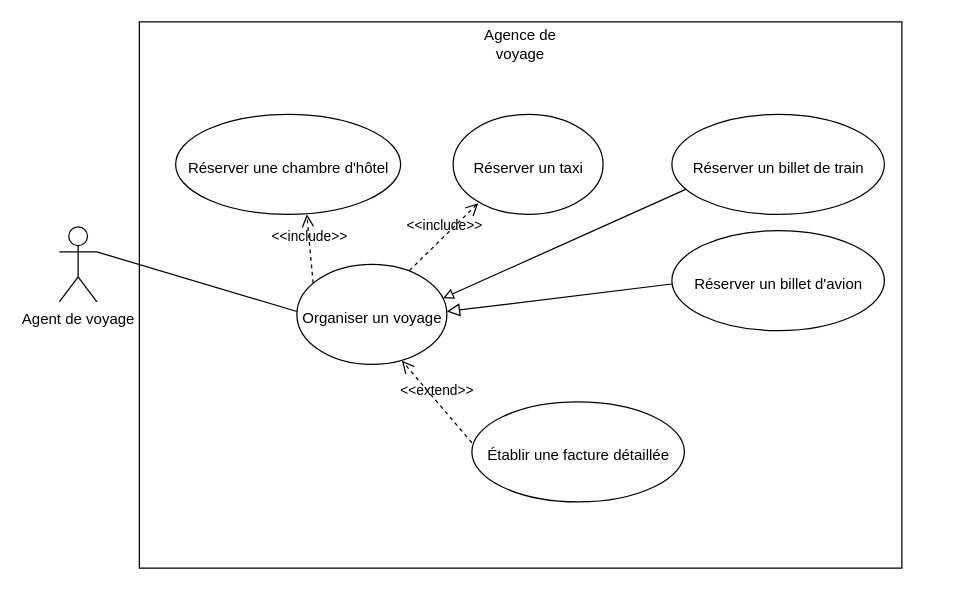
This is agence-voyage.drawio from clairenollet/uml-and-rup, a draw.io file, before an edit. Source tidied: cells renumbered, new cells numbered last; positions are measured from the earlier drawing's top-left corner, leaving out a move shared by most shapes. Both pictures are drawn from the tidied source at 125%, with x=0, y=0 at pixel (59, 21).
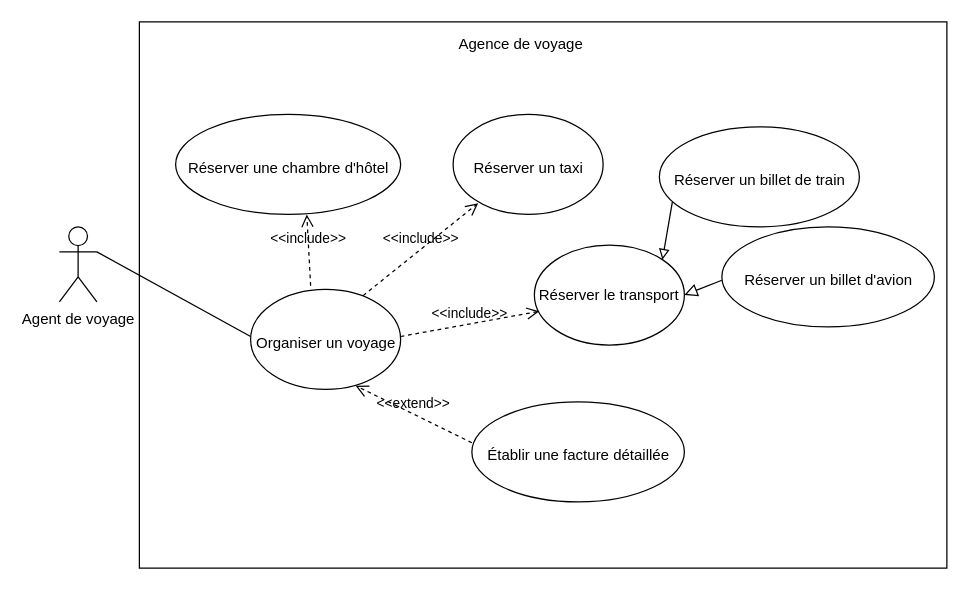
Above is the later version.

Unchanged cells that the change refers to:
```xml
<mxCell id="5" value="Organiser un voyage" style="html=1;strokeColor=none;fillColor=none;align=center;verticalAlign=middle;" parent="4" vertex="1">
  <mxGeometry y="32.7" width="120" height="20" as="geometry" />
</mxCell>
<mxCell id="8" style="shape=ellipse;horizontal=1;html=1;dashed=0;" parent="1" vertex="1">
  <mxGeometry x="93" y="74" width="180" height="80" as="geometry" />
</mxCell>
<mxCell id="16" value="Réserver un billet d'avion" style="html=1;strokeColor=none;fillColor=none;align=center;verticalAlign=middle;" parent="15" vertex="1">
  <mxGeometry y="32.7" width="170" height="20" as="geometry" />
</mxCell>
```

The edit, as a diff of the source:
```diff
@@
     <mxCell id="2" style="rounded=0;whiteSpace=wrap;html=1;" parent="1" vertex="1">
-      <mxGeometry x="64" width="610" height="437" as="geometry" />
+      <mxGeometry x="64" width="646" height="437" as="geometry" />
     </mxCell>
@@
     <mxCell id="4" style="shape=ellipse;horizontal=1;html=1;dashed=0;" parent="1" vertex="1">
-      <mxGeometry x="190" y="194" width="120" height="80" as="geometry" />
+      <mxGeometry x="153" y="214" width="120" height="80" as="geometry" />
     </mxCell>
@@
     <mxCell id="12" style="shape=ellipse;horizontal=1;html=1;dashed=0;" parent="1" vertex="1">
-      <mxGeometry x="490" y="74" width="170" height="80" as="geometry" />
+      <mxGeometry x="480" y="84" width="160" height="80" as="geometry" />
     </mxCell>
     <mxCell id="13" value="Réserver un billet de train" style="html=1;strokeColor=none;fillColor=none;align=center;verticalAlign=middle;" parent="12" vertex="1">
-      <mxGeometry y="32.7" width="170" height="20" as="geometry" />
+      <mxGeometry y="32.7" width="160" height="20" as="geometry" />
     </mxCell>
-    <mxCell id="14" value="&amp;lt;&amp;lt;include&amp;gt;&amp;gt;" style="endArrow=open;startArrow=none;endFill=0;startFill=0;endSize=8;html=1;verticalAlign=bottom;dashed=1;labelBackgroundColor=none;rounded=0;strokeWidth=1;entryX=0.583;entryY=1;entryDx=0;entryDy=0;entryPerimeter=0;" parent="1" edge="1" target="8">
-      <mxGeometry relative="1" as="geometry">
-        <mxPoint x="203" y="209" as="sourcePoint" />
-      </mxGeometry>
+    <mxCell id="14" value="&amp;lt;&amp;lt;include&amp;gt;&amp;gt;" style="endArrow=open;startArrow=none;endFill=0;startFill=0;endSize=8;html=1;verticalAlign=bottom;dashed=1;labelBackgroundColor=none;rounded=0;strokeWidth=1;entryX=0.583;entryY=1;entryDx=0;entryDy=0;entryPerimeter=0;exitX=0.4;exitY=-0.037;exitDx=0;exitDy=0;exitPerimeter=0;" parent="1" edge="1" source="4" target="8">
+      <mxGeometry relative="1" as="geometry" />
     </mxCell>
     <mxCell id="15" style="shape=ellipse;horizontal=1;html=1;dashed=0;" parent="1" vertex="1">
-      <mxGeometry x="490" y="167" width="170" height="80" as="geometry" />
+      <mxGeometry x="530" y="164" width="170" height="80" as="geometry" />
     </mxCell>
@@
-    <mxCell id="17" style="endArrow=block;startArrow=none;endFill=0;startFill=0;endSize=8;html=1;verticalAlign=bottom;labelBackgroundColor=none;strokeWidth=1;rounded=0;entryX=1;entryY=0.25;entryDx=0;entryDy=0;exitX=0;exitY=0.5;exitDx=0;exitDy=0;" parent="1" edge="1" source="16" target="5">
+    <mxCell id="17" style="endArrow=block;startArrow=none;endFill=0;startFill=0;endSize=8;html=1;verticalAlign=bottom;labelBackgroundColor=none;strokeWidth=1;rounded=0;entryX=1;entryY=0.5;entryDx=0;entryDy=0;exitX=0;exitY=0.5;exitDx=0;exitDy=0;" parent="1" edge="1" source="16" target="23">
       <mxGeometry relative="1" as="geometry" />
     </mxCell>
@@
     <mxCell id="21" value="Agence de voyage" style="text;html=1;strokeColor=none;fillColor=none;align=center;verticalAlign=middle;whiteSpace=wrap;rounded=0;" parent="1" vertex="1">
-      <mxGeometry x="339" y="3" width="60" height="30" as="geometry" />
+      <mxGeometry x="304" y="3" width="131" height="30" as="geometry" />
     </mxCell>
-    <mxCell id="22" style="html=1;verticalAlign=bottom;labelBackgroundColor=none;endArrow=block;endFill=0;rounded=0;strokeWidth=1;entryX=0.975;entryY=0.338;entryDx=0;entryDy=0;entryPerimeter=0;exitX=0.065;exitY=0.75;exitDx=0;exitDy=0;exitPerimeter=0;" parent="1" edge="1" source="12" target="4">
+    <mxCell id="22" style="html=1;verticalAlign=bottom;labelBackgroundColor=none;endArrow=block;endFill=0;rounded=0;strokeWidth=1;entryX=1;entryY=0;entryDx=0;entryDy=0;exitX=0.065;exitY=0.75;exitDx=0;exitDy=0;exitPerimeter=0;" parent="1" edge="1" source="12" target="23">
       <mxGeometry relative="1" as="geometry" />
     </mxCell>
+    <mxCell id="23" value="Réserver le transport" style="ellipse;whiteSpace=wrap;html=1;" parent="1" vertex="1">
+      <mxGeometry x="380" y="178.5" width="120" height="80" as="geometry" />
+    </mxCell>
+    <mxCell id="24" value="&amp;lt;&amp;lt;include&amp;gt;&amp;gt;" style="endArrow=open;startArrow=none;endFill=0;startFill=0;endSize=8;html=1;verticalAlign=bottom;dashed=1;labelBackgroundColor=none;rounded=0;strokeWidth=1;entryX=0.033;entryY=0.663;entryDx=0;entryDy=0;entryPerimeter=0;exitX=1;exitY=0.25;exitDx=0;exitDy=0;" parent="1" edge="1" source="5" target="23">
+      <mxGeometry relative="1" as="geometry" />
+    </mxCell>
```
